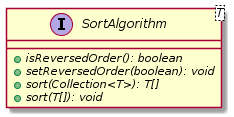
This is malokhvii-eduard/malokhvii05/doc/plantuml/png/ua.khpi.oop.malokhvii05.common.algorithms.sort.SortAlgorithm.png from P-Kalin/kit26a, a PlantUML export, as it was before one commit.
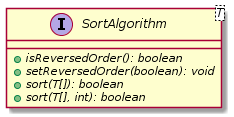
After the commit.

The edit, as a diff of the source:
```diff
@@ -3,8 +3,8 @@
     interface SortAlgorithm<T> {
         {abstract} +isReversedOrder(): boolean
         {abstract} +setReversedOrder(boolean): void
-        {abstract} +sort(Collection<T>): T[]
-        {abstract} +sort(T[]): void
+        {abstract} +sort(T[]): boolean
+        {abstract} +sort(T[], int): boolean
     }
 
 @enduml
```
